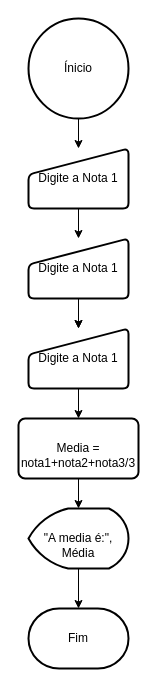
Earlier version of the draw.io diagram Capítulo 5 - Instruções primitivas/Diagrama.dio (rafaelsantosoli/EstudoProgramacao). Source tidied: cells renumbered, new cells numbered last; positions are measured from the earlier drawing's top-left corner, leaving out a move shared by most shapes. Both pictures are drawn from the tidied source at 100%, with x=0, y=0 at pixel (18, 18).
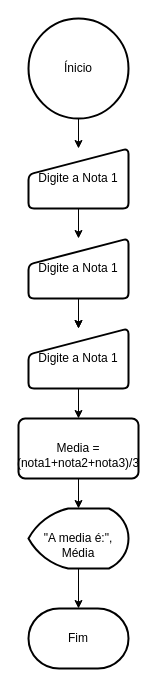
The same diagram, later.

The edit, as a diff of the source:
```diff
@@
 <mxGraphModel>
   <root>
     <mxCell id="0" />
     <mxCell id="1" parent="0" />
     <mxCell id="2" style="edgeStyle=none;html=1;" parent="1" edge="1" source="3" target="5">
       <mxGeometry relative="1" as="geometry" />
     </mxCell>
     <mxCell id="3" value="Ínicio" style="strokeWidth=2;html=1;shape=mxgraph.flowchart.start_2;whiteSpace=wrap;" parent="1" vertex="1">
       <mxGeometry x="10" width="100" height="100" as="geometry" />
     </mxCell>
     <mxCell id="4" style="edgeStyle=none;html=1;" parent="1" edge="1" source="5" target="8">
       <mxGeometry relative="1" as="geometry" />
     </mxCell>
     <mxCell id="5" value="Digite a Nota 1" style="html=1;strokeWidth=2;shape=manualInput;whiteSpace=wrap;rounded=1;size=26;arcSize=11;" parent="1" vertex="1">
       <mxGeometry x="10" y="130" width="100" height="60" as="geometry" />
     </mxCell>
     <mxCell id="6" style="edgeStyle=none;html=1;" parent="1" edge="1" source="8">
       <mxGeometry relative="1" as="geometry">
         <mxPoint x="60" y="310" as="targetPoint" />
       </mxGeometry>
     </mxCell>
     <mxCell id="7" style="edgeStyle=none;html=1;" parent="1" edge="1" source="8" target="10">
       <mxGeometry relative="1" as="geometry" />
     </mxCell>
     <mxCell id="8" value="Digite a Nota 1" style="html=1;strokeWidth=2;shape=manualInput;whiteSpace=wrap;rounded=1;size=26;arcSize=11;" parent="1" vertex="1">
       <mxGeometry x="10" y="220" width="100" height="60" as="geometry" />
     </mxCell>
     <mxCell id="9" style="edgeStyle=none;html=1;" parent="1" edge="1" source="10" target="12">
       <mxGeometry relative="1" as="geometry" />
     </mxCell>
     <mxCell id="10" value="Digite a Nota 1" style="html=1;strokeWidth=2;shape=manualInput;whiteSpace=wrap;rounded=1;size=26;arcSize=11;" parent="1" vertex="1">
       <mxGeometry x="10" y="310" width="100" height="60" as="geometry" />
     </mxCell>
     <mxCell id="11" style="edgeStyle=none;html=1;" parent="1" edge="1" source="12" target="14">
       <mxGeometry relative="1" as="geometry" />
     </mxCell>
-    <mxCell id="12" value="&lt;br&gt;Media = nota1+nota2+nota3/3" style="whiteSpace=wrap;html=1;strokeWidth=2;rounded=1;arcSize=11;" parent="1" vertex="1">
+    <mxCell id="12" value="&lt;br&gt;Media = (nota1+nota2+nota3)/3" style="whiteSpace=wrap;html=1;strokeWidth=2;rounded=1;arcSize=11;" parent="1" vertex="1">
       <mxGeometry y="400" width="120" height="60" as="geometry" />
     </mxCell>
     <mxCell id="13" style="edgeStyle=none;html=1;" parent="1" edge="1" source="14" target="15">
       <mxGeometry relative="1" as="geometry" />
     </mxCell>
     <mxCell id="14" value="&amp;nbsp;&lt;br&gt;&quot;A media é:&quot;, Média" style="strokeWidth=2;html=1;shape=mxgraph.flowchart.display;whiteSpace=wrap;" parent="1" vertex="1">
       <mxGeometry x="10" y="490" width="100" height="60" as="geometry" />
     </mxCell>
     <mxCell id="15" value="Fim" style="strokeWidth=2;html=1;shape=mxgraph.flowchart.terminator;whiteSpace=wrap;" parent="1" vertex="1">
       <mxGeometry x="10" y="590" width="100" height="60" as="geometry" />
     </mxCell>
   </root>
 </mxGraphModel>
```
